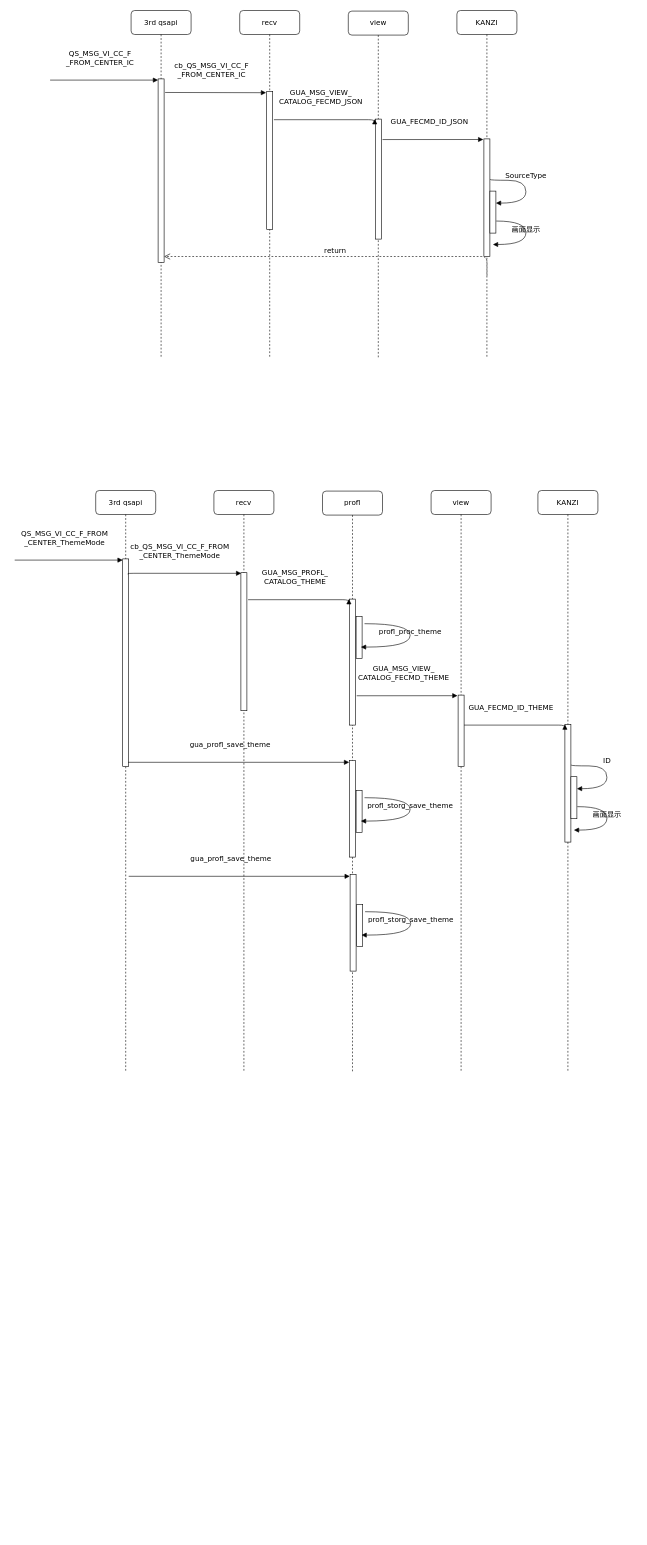
Before: Json流程图.drawio in deminsight/bellwell60, a draw.io diagram. Source tidied: cells renumbered, new cells numbered last; positions are measured from the earlier drawing's top-left corner, leaving out a move shared by most shapes. Both pictures are drawn from the tidied source at 60%, with x=0, y=0 at pixel (14, 10).
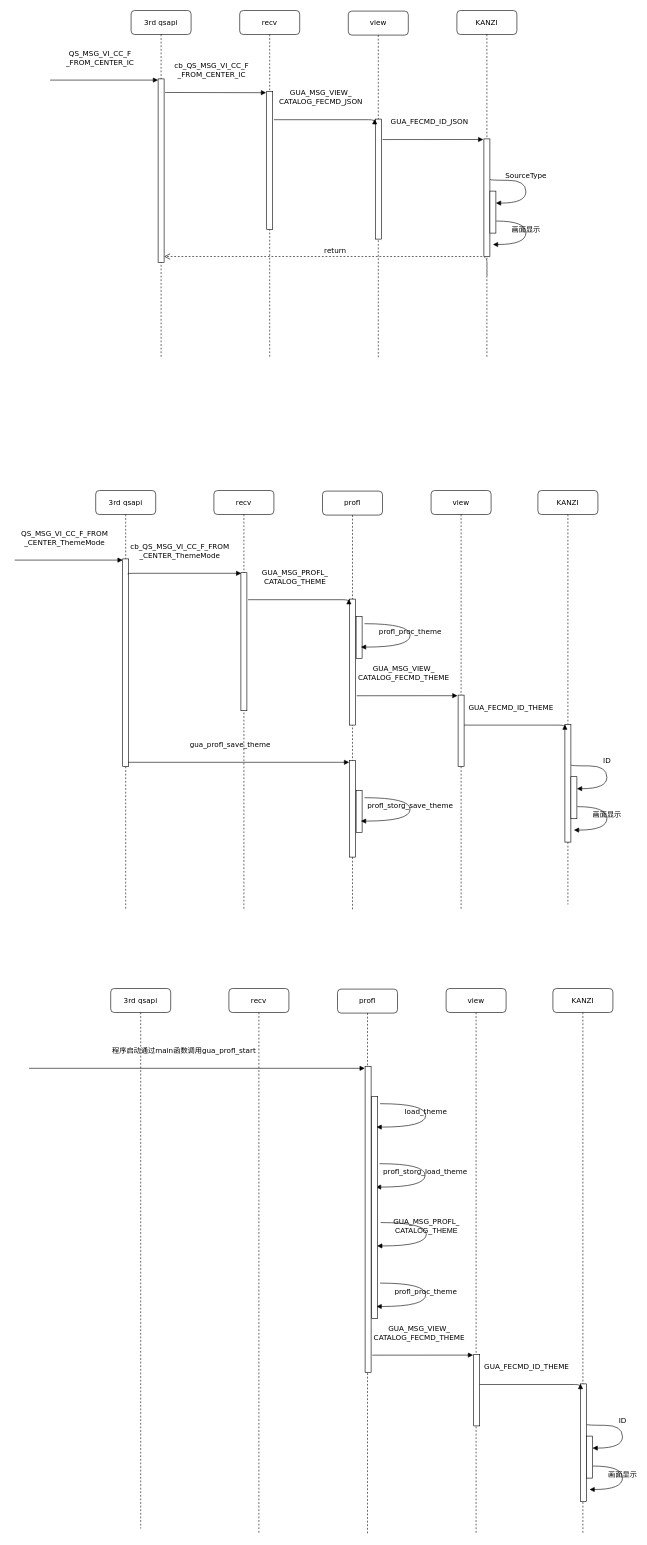
The same page after the edit.

Commit message (it also covers changes not shown here):
更新Json流程图.drawio

Change to the diagram source:
```diff
@@
     <mxCell id="18" value="recv" style="shape=umlLifeline;perimeter=lifelinePerimeter;whiteSpace=wrap;html=1;rounded=1;shadow=0;comic=0;labelBackgroundColor=none;strokeWidth=1;fontFamily=Verdana;fontSize=12;align=center;" parent="1" vertex="1">
-      <mxGeometry x="332" y="800" width="100" height="970" as="geometry" />
+      <mxGeometry x="332" y="800" width="100" height="700" as="geometry" />
     </mxCell>
@@
     <mxCell id="20" value="profl" style="shape=umlLifeline;perimeter=lifelinePerimeter;whiteSpace=wrap;html=1;rounded=1;shadow=0;comic=0;labelBackgroundColor=none;strokeWidth=1;fontFamily=Verdana;fontSize=12;align=center;" parent="1" vertex="1">
-      <mxGeometry x="513" y="801" width="100" height="969" as="geometry" />
+      <mxGeometry x="513" y="801" width="100" height="699" as="geometry" />
     </mxCell>
@@
     <mxCell id="26" value="view" style="shape=umlLifeline;perimeter=lifelinePerimeter;whiteSpace=wrap;html=1;rounded=1;shadow=0;comic=0;labelBackgroundColor=none;strokeWidth=1;fontFamily=Verdana;fontSize=12;align=center;" parent="1" vertex="1">
-      <mxGeometry x="694" y="800" width="100" height="970" as="geometry" />
+      <mxGeometry x="694" y="800" width="100" height="700" as="geometry" />
     </mxCell>
     <mxCell id="27" value="3rd qsapi" style="shape=umlLifeline;perimeter=lifelinePerimeter;whiteSpace=wrap;html=1;rounded=1;shadow=0;comic=0;labelBackgroundColor=none;strokeWidth=1;fontFamily=Verdana;fontSize=12;align=center;" parent="1" vertex="1">
-      <mxGeometry x="135" y="800" width="100" height="970" as="geometry" />
+      <mxGeometry x="135" y="800" width="100" height="700" as="geometry" />
     </mxCell>
@@
     <mxCell id="34" value="KANZI" style="shape=umlLifeline;perimeter=lifelinePerimeter;whiteSpace=wrap;html=1;rounded=1;shadow=0;comic=0;labelBackgroundColor=none;strokeWidth=1;fontFamily=Verdana;fontSize=12;align=center;" parent="1" vertex="1">
-      <mxGeometry x="872" y="800" width="100" height="970" as="geometry" />
+      <mxGeometry x="872" y="800" width="100" height="690" as="geometry" />
     </mxCell>
@@
-    <mxCell id="42" style="html=1;perimeter=orthogonalPerimeter;rounded=0;shadow=0;comic=0;labelBackgroundColor=none;strokeWidth=1;fontFamily=Verdana;fontSize=12;align=center;" parent="1" vertex="1">
-      <mxGeometry x="559" y="1440" width="10" height="161" as="geometry" />
-    </mxCell>
-    <mxCell id="43" style="html=1;perimeter=orthogonalPerimeter;rounded=0;shadow=0;comic=0;labelBackgroundColor=none;strokeWidth=1;fontFamily=Verdana;fontSize=12;align=center;" parent="1" vertex="1">
-      <mxGeometry x="570" y="1490" width="10" height="70" as="geometry" />
-    </mxCell>
-    <mxCell id="44" value="profl_storg_save_theme" style="html=1;verticalAlign=bottom;endArrow=block;labelBackgroundColor=none;fontFamily=Verdana;fontSize=12;elbow=vertical;edgeStyle=orthogonalEdgeStyle;curved=1;exitX=1.066;exitY=0.713;exitPerimeter=0;" parent="1" edge="1">
-      <mxGeometry relative="1" as="geometry">
-        <mxPoint x="584" y="1502" as="sourcePoint" />
-        <mxPoint x="578" y="1541" as="targetPoint" />
-        <Array as="points">
-          <mxPoint x="660" y="1502" />
-          <mxPoint x="660" y="1541" />
-        </Array>
-      </mxGeometry>
-    </mxCell>
-    <mxCell id="45" value="gua_profl_save_theme" style="html=1;verticalAlign=bottom;endArrow=block;labelBackgroundColor=none;fontFamily=Verdana;fontSize=12;edgeStyle=elbowEdgeStyle;elbow=vertical;exitX=1.171;exitY=0.074;exitDx=0;exitDy=0;exitPerimeter=0;" parent="1" edge="1">
-      <mxGeometry x="-0.08" y="20" relative="1" as="geometry">
-        <mxPoint x="190" y="1443" as="sourcePoint" />
-        <mxPoint x="558.5" y="1443.3" as="targetPoint" />
-      </mxGeometry>
-    </mxCell>
+    <mxCell id="46" value="recv" style="shape=umlLifeline;perimeter=lifelinePerimeter;whiteSpace=wrap;html=1;rounded=1;shadow=0;comic=0;labelBackgroundColor=none;strokeWidth=1;fontFamily=Verdana;fontSize=12;align=center;" parent="1" vertex="1">
+      <mxGeometry x="357" y="1630" width="100" height="910" as="geometry" />
+    </mxCell>
+    <mxCell id="47" value="profl" style="shape=umlLifeline;perimeter=lifelinePerimeter;whiteSpace=wrap;html=1;rounded=1;shadow=0;comic=0;labelBackgroundColor=none;strokeWidth=1;fontFamily=Verdana;fontSize=12;align=center;" parent="1" vertex="1">
+      <mxGeometry x="538" y="1631" width="100" height="909" as="geometry" />
+    </mxCell>
+    <mxCell id="48" value="profl_storg_load_theme" style="html=1;verticalAlign=bottom;endArrow=block;labelBackgroundColor=none;fontFamily=Verdana;fontSize=12;elbow=vertical;edgeStyle=orthogonalEdgeStyle;curved=1;exitX=1.066;exitY=0.713;exitPerimeter=0;" parent="47" edge="1">
+      <mxGeometry relative="1" as="geometry">
+        <mxPoint x="70" y="291" as="sourcePoint" />
+        <mxPoint x="64" y="330" as="targetPoint" />
+        <Array as="points">
+          <mxPoint x="146" y="291" />
+          <mxPoint x="146" y="330" />
+        </Array>
+      </mxGeometry>
+    </mxCell>
+    <mxCell id="49" value="GUA_MSG_PROFL_&lt;br style=&quot;border-color: var(--border-color); padding: 0px; margin: 0px; font-family: Helvetica; text-align: left;&quot;&gt;&lt;span style=&quot;font-family: Helvetica; text-align: left;&quot;&gt;CATALOG_THEME&lt;/span&gt;" style="html=1;verticalAlign=bottom;endArrow=block;labelBackgroundColor=none;fontFamily=Verdana;fontSize=12;elbow=vertical;edgeStyle=orthogonalEdgeStyle;curved=1;exitX=1.066;exitY=0.713;exitPerimeter=0;" parent="47" edge="1">
+      <mxGeometry relative="1" as="geometry">
+        <mxPoint x="72" y="389.1" as="sourcePoint" />
+        <mxPoint x="66" y="428.1" as="targetPoint" />
+        <Array as="points">
+          <mxPoint x="148" y="389.1" />
+          <mxPoint x="148" y="428.1" />
+        </Array>
+      </mxGeometry>
+    </mxCell>
+    <mxCell id="50" value="view" style="shape=umlLifeline;perimeter=lifelinePerimeter;whiteSpace=wrap;html=1;rounded=1;shadow=0;comic=0;labelBackgroundColor=none;strokeWidth=1;fontFamily=Verdana;fontSize=12;align=center;" parent="1" vertex="1">
+      <mxGeometry x="719" y="1630" width="100" height="910" as="geometry" />
+    </mxCell>
+    <mxCell id="51" value="3rd qsapi" style="shape=umlLifeline;perimeter=lifelinePerimeter;whiteSpace=wrap;html=1;rounded=1;shadow=0;comic=0;labelBackgroundColor=none;strokeWidth=1;fontFamily=Verdana;fontSize=12;align=center;" parent="1" vertex="1">
+      <mxGeometry x="160" y="1630" width="100" height="900" as="geometry" />
+    </mxCell>
+    <mxCell id="52" value="KANZI" style="shape=umlLifeline;perimeter=lifelinePerimeter;whiteSpace=wrap;html=1;rounded=1;shadow=0;comic=0;labelBackgroundColor=none;strokeWidth=1;fontFamily=Verdana;fontSize=12;align=center;" parent="1" vertex="1">
+      <mxGeometry x="897" y="1630" width="100" height="910" as="geometry" />
+    </mxCell>
+    <mxCell id="53" style="html=1;perimeter=orthogonalPerimeter;rounded=0;shadow=0;comic=0;labelBackgroundColor=none;strokeWidth=1;fontFamily=Verdana;fontSize=12;align=center;" parent="1" vertex="1">
+      <mxGeometry x="584" y="1760" width="10" height="510" as="geometry" />
+    </mxCell>
+    <mxCell id="54" style="html=1;perimeter=orthogonalPerimeter;rounded=0;shadow=0;comic=0;labelBackgroundColor=none;strokeWidth=1;fontFamily=Verdana;fontSize=12;align=center;" parent="1" vertex="1">
+      <mxGeometry x="595" y="1810" width="10" height="370" as="geometry" />
+    </mxCell>
+    <mxCell id="55" value="load_theme" style="html=1;verticalAlign=bottom;endArrow=block;labelBackgroundColor=none;fontFamily=Verdana;fontSize=12;elbow=vertical;edgeStyle=orthogonalEdgeStyle;curved=1;exitX=1.066;exitY=0.713;exitPerimeter=0;" parent="1" edge="1">
+      <mxGeometry relative="1" as="geometry">
+        <mxPoint x="609" y="1822" as="sourcePoint" />
+        <mxPoint x="603" y="1861" as="targetPoint" />
+        <Array as="points">
+          <mxPoint x="685" y="1822" />
+          <mxPoint x="685" y="1861" />
+        </Array>
+      </mxGeometry>
+    </mxCell>
+    <mxCell id="56" value="程序启动通过main函数调用gua_profl_start" style="html=1;verticalAlign=bottom;endArrow=block;labelBackgroundColor=none;fontFamily=Verdana;fontSize=12;edgeStyle=elbowEdgeStyle;elbow=vertical;" parent="1" edge="1">
+      <mxGeometry x="-0.08" y="20" relative="1" as="geometry">
+        <mxPoint x="24" y="1763" as="sourcePoint" />
+        <mxPoint x="583.5" y="1763.3" as="targetPoint" />
+      </mxGeometry>
+    </mxCell>
+    <mxCell id="57" style="html=1;perimeter=orthogonalPerimeter;rounded=0;shadow=0;comic=0;labelBackgroundColor=none;strokeWidth=1;fontFamily=Verdana;fontSize=12;align=center;" parent="1" vertex="1">
+      <mxGeometry x="765" y="2240" width="10" height="119" as="geometry" />
+    </mxCell>
+    <mxCell id="58" value="GUA_MSG_VIEW_&lt;br&gt;CATALOG_FECMD_THEME" style="html=1;verticalAlign=bottom;endArrow=block;labelBackgroundColor=none;fontFamily=Verdana;fontSize=12;edgeStyle=elbowEdgeStyle;elbow=vertical;exitX=1.171;exitY=0.074;exitDx=0;exitDy=0;exitPerimeter=0;" parent="1" edge="1">
+      <mxGeometry x="-0.08" y="20" relative="1" as="geometry">
+        <mxPoint x="596" y="2241.1" as="sourcePoint" />
+        <mxPoint x="764" y="2240.1" as="targetPoint" />
+      </mxGeometry>
+    </mxCell>
+    <mxCell id="59" style="html=1;points=[];perimeter=orthogonalPerimeter;rounded=0;shadow=0;comic=0;labelBackgroundColor=none;strokeWidth=1;fontFamily=Verdana;fontSize=12;align=center;" parent="1" vertex="1">
+      <mxGeometry x="943" y="2289" width="10" height="196" as="geometry" />
+    </mxCell>
+    <mxCell id="60" style="html=1;points=[];perimeter=orthogonalPerimeter;rounded=0;shadow=0;comic=0;labelBackgroundColor=none;strokeWidth=1;fontFamily=Verdana;fontSize=12;align=center;" parent="1" vertex="1">
+      <mxGeometry x="953" y="2376" width="10" height="70" as="geometry" />
+    </mxCell>
+    <mxCell id="61" value="&lt;p class=&quot;MsoNormal&quot;&gt;ID&lt;/p&gt;" style="html=1;verticalAlign=bottom;endArrow=block;labelBackgroundColor=none;fontFamily=Verdana;fontSize=12;elbow=vertical;edgeStyle=orthogonalEdgeStyle;curved=1;entryX=1;entryY=0.286;entryPerimeter=0;exitX=1.038;exitY=0.345;exitPerimeter=0;" parent="1" edge="1" source="59" target="60">
+      <mxGeometry relative="1" as="geometry">
+        <Array as="points">
+          <mxPoint x="1013" y="2358" />
+          <mxPoint x="1013" y="2396" />
+        </Array>
+      </mxGeometry>
+    </mxCell>
+    <mxCell id="62" value="画面显示" style="html=1;verticalAlign=bottom;endArrow=block;labelBackgroundColor=none;fontFamily=Verdana;fontSize=12;elbow=vertical;edgeStyle=orthogonalEdgeStyle;curved=1;exitX=1.066;exitY=0.713;exitPerimeter=0;" parent="1" edge="1" source="60">
+      <mxGeometry relative="1" as="geometry">
+        <mxPoint x="958" y="2465" as="targetPoint" />
+        <Array as="points">
+          <mxPoint x="1013" y="2426" />
+          <mxPoint x="1013" y="2465" />
+        </Array>
+      </mxGeometry>
+    </mxCell>
+    <mxCell id="63" value="GUA_FECMD_ID_THEME" style="html=1;verticalAlign=bottom;endArrow=block;labelBackgroundColor=none;fontFamily=Verdana;fontSize=12;edgeStyle=elbowEdgeStyle;elbow=vertical;exitX=1.171;exitY=0.074;exitDx=0;exitDy=0;exitPerimeter=0;" parent="1" edge="1">
+      <mxGeometry x="-0.08" y="20" relative="1" as="geometry">
+        <mxPoint x="775" y="2290" as="sourcePoint" />
+        <mxPoint x="943" y="2289" as="targetPoint" />
+      </mxGeometry>
+    </mxCell>
+    <mxCell id="64" value="profl_proc_theme" style="html=1;verticalAlign=bottom;endArrow=block;labelBackgroundColor=none;fontFamily=Verdana;fontSize=12;elbow=vertical;edgeStyle=orthogonalEdgeStyle;curved=1;exitX=1.066;exitY=0.713;exitPerimeter=0;" parent="1" edge="1">
+      <mxGeometry relative="1" as="geometry">
+        <mxPoint x="609" y="2121" as="sourcePoint" />
+        <mxPoint x="603" y="2160" as="targetPoint" />
+        <Array as="points">
+          <mxPoint x="685" y="2121" />
+          <mxPoint x="685" y="2160" />
+        </Array>
+      </mxGeometry>
+    </mxCell>
```
